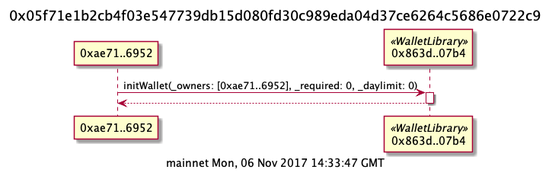
Earlier version of the PlantUML export examples/parityMultiSig.png (naddison36/tx2uml). Source of this version:
```plantuml
@startuml
title 0x05f71e1b2cb4f03e547739db15d080fd30c989eda04d37ce6264c5686e0722c9
caption mainnet Mon, 06 Nov 2017 14:33:47 GMT
participant "0xae71..6952" as ae716952
participant "0x863d..07b4" as 863d07b4 <<WalletLibrary>>

ae716952 -> 863d07b4: initWallet(_owners: [0xae71..6952], _required: 0, _daylimit: 0)
activate 863d07b4
return

@endumls
```
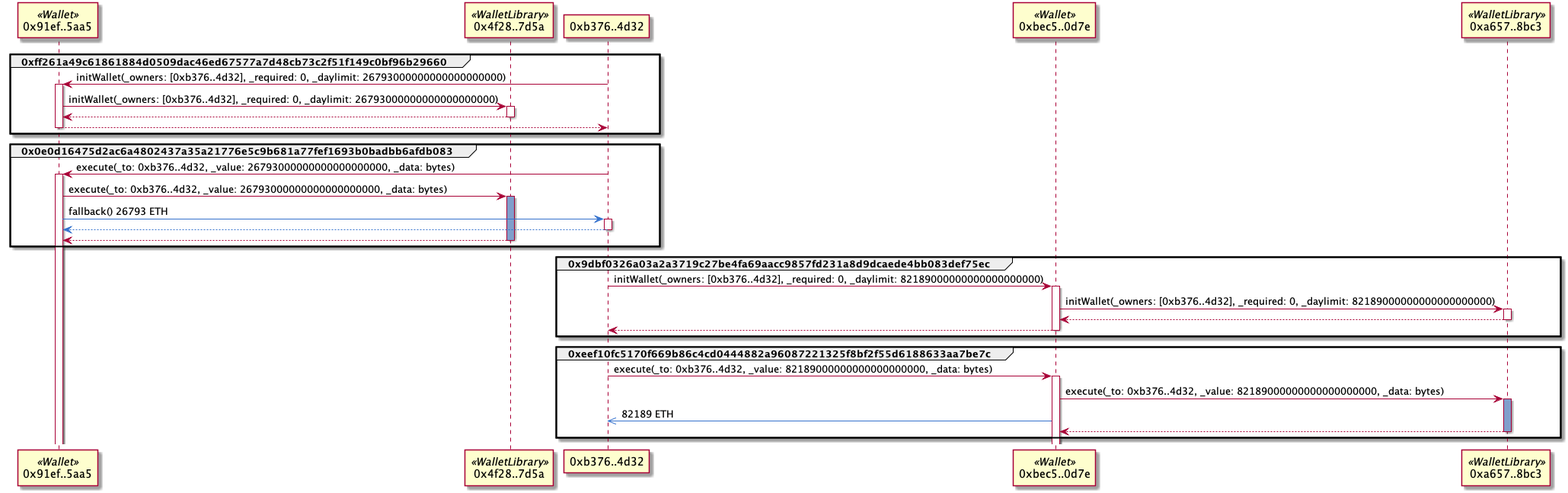
Above is the later version.

Diff of the diagram source:
```diff
@@ -1,11 +1,53 @@
 @startuml
-title 0x05f71e1b2cb4f03e547739db15d080fd30c989eda04d37ce6264c5686e0722c9
-caption mainnet Mon, 06 Nov 2017 14:33:47 GMT
-participant "0xae71..6952" as ae716952
-participant "0x863d..07b4" as 863d07b4 <<WalletLibrary>>
 
-ae716952 -> 863d07b4: initWallet(_owners: [0xae71..6952], _required: 0, _daylimit: 0)
-activate 863d07b4
+group 0xff261a49c61861884d0509dac46ed67577a7d48cb73c2f51f149c0bf96b29660
+participant "0xb376..4d32" as b3764d32
+participant "0x91ef..5aa5" as 91ef5aa5 <<Wallet>>
+participant "0x4f28..7d5a" as 4f287d5a <<WalletLibrary>>
+
+b3764d32 -> 91ef5aa5: initWallet(_owners: [0xb376..4d32], _required: 0, _daylimit: 26793000000000000000000)
+activate 91ef5aa5
+91ef5aa5 -> 4f287d5a: initWallet(_owners: [0xb376..4d32], _required: 0, _daylimit: 26793000000000000000000)
+activate 4f287d5a
 return
+return
+end
+group 0x0e0d16475d2ac6a4802437a35a21776e5c9b681a77fef1693b0badbb6afdb083
+participant "0xb376..4d32" as b3764d32
+participant "0x91ef..5aa5" as 91ef5aa5 <<Wallet>>
+participant "0x4f28..7d5a" as 4f287d5a <<WalletLibrary>>
 
+b3764d32 -> 91ef5aa5: execute(_to: 0xb376..4d32, _value: 26793000000000000000000, _data: bytes)
+activate 91ef5aa5
+91ef5aa5 -> 4f287d5a: execute(_to: 0xb376..4d32, _value: 26793000000000000000000, _data: bytes)
+activate 4f287d5a #809ECB
+91ef5aa5 -[#3471CD]> b3764d32: fallback() 26793 ETH
+activate b3764d32
+return
+return
+end
+group 0x9dbf0326a03a2a3719c27be4fa69aacc9857fd231a8d9dcaede4bb083def75ec
+participant "0xb376..4d32" as b3764d32
+participant "0xbec5..0d7e" as bec50d7e <<Wallet>>
+participant "0xa657..8bc3" as a6578bc3 <<WalletLibrary>>
+
+b3764d32 -> bec50d7e: initWallet(_owners: [0xb376..4d32], _required: 0, _daylimit: 82189000000000000000000)
+activate bec50d7e
+bec50d7e -> a6578bc3: initWallet(_owners: [0xb376..4d32], _required: 0, _daylimit: 82189000000000000000000)
+activate a6578bc3
+return
+return
+end
+group 0xeef10fc5170f669b86c4cd0444882a96087221325f8bf2f55d6188633aa7be7c
+participant "0xb376..4d32" as b3764d32
+participant "0xbec5..0d7e" as bec50d7e <<Wallet>>
+participant "0xa657..8bc3" as a6578bc3 <<WalletLibrary>>
+
+b3764d32 -> bec50d7e: execute(_to: 0xb376..4d32, _value: 82189000000000000000000, _data: bytes)
+activate bec50d7e
+bec50d7e -> a6578bc3: execute(_to: 0xb376..4d32, _value: 82189000000000000000000, _data: bytes)
+activate a6578bc3 #809ECB
+bec50d7e -[#3471CD]>> b3764d32: 82189 ETH
+return
+end
 @endumls
```
